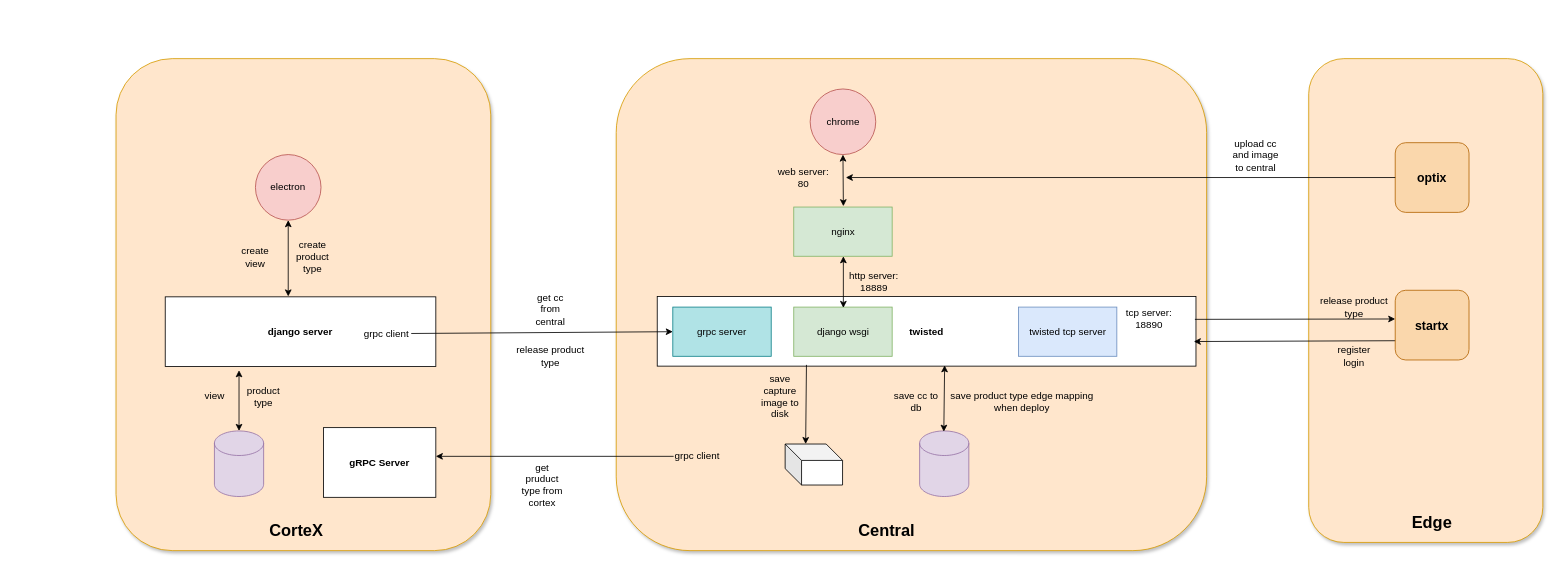
The draw.io diagram 未命名绘图.drawio in luoben137/roben, before the edit. Source tidied: cells renumbered, new cells numbered last; positions are measured from the earlier drawing's top-left corner, leaving out a move shared by most shapes. Both pictures are drawn from the tidied source at 82%, with x=0, y=0 at pixel (116, 58).
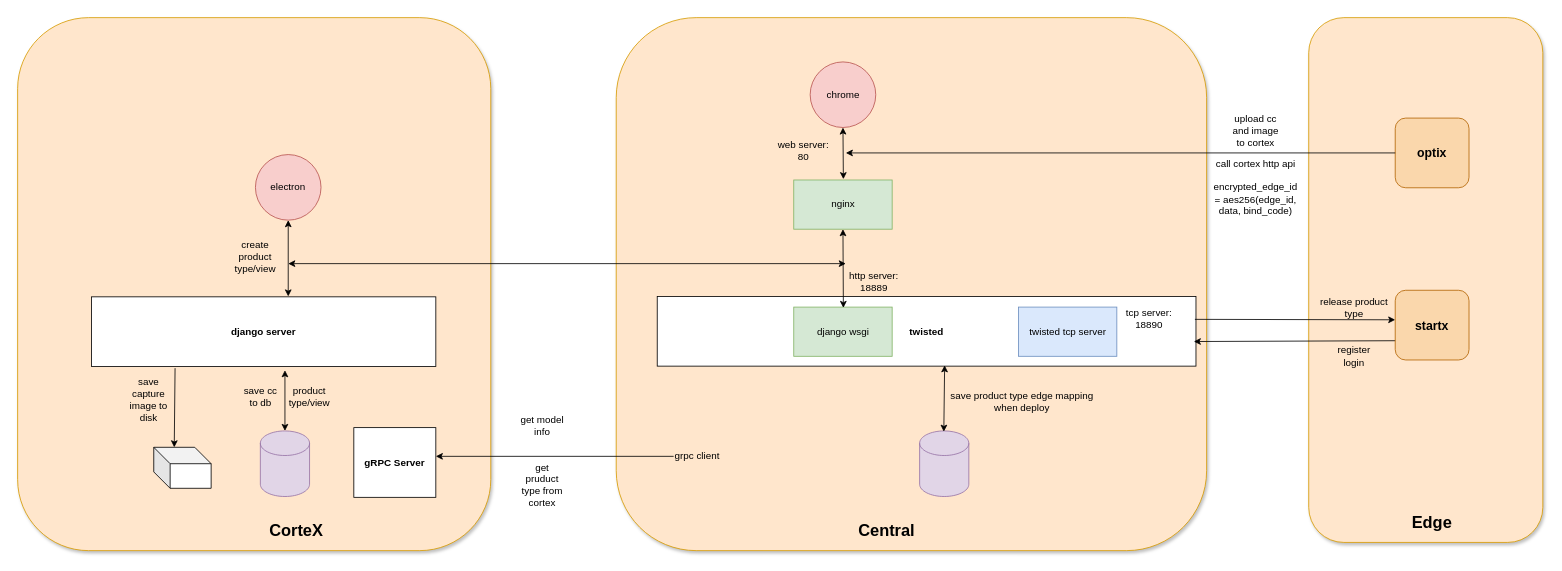
The same page after the edit.

Commit message:
更新未命名绘图.drawio

Unchanged cells that the change refers to:
```xml
<mxCell id="4" value="&lt;b&gt;twisted&lt;/b&gt;" style="rounded=0;whiteSpace=wrap;html=1;fontSize=12;fontStyle=0;fontColor=default;fontFamily=Helvetica;" parent="1" vertex="1">
  <mxGeometry x="660" y="290" width="657" height="85" as="geometry" />
</mxCell>
```

Diff of the diagram source:
```diff
@@
     <mxCell id="2" style="rounded=1;whiteSpace=wrap;html=1;fillColor=#ffe6cc;strokeColor=#d79b00;glass=0;shadow=1;" parent="1" vertex="1">
-      <mxGeometry x="1454.5" width="285.5" height="590" as="geometry" />
+      <mxGeometry x="1454.5" y="-50" width="285.5" height="640" as="geometry" />
     </mxCell>
     <mxCell id="3" style="rounded=1;whiteSpace=wrap;html=1;fillColor=#ffe6cc;strokeColor=#d79b00;shadow=1;" parent="1" vertex="1">
-      <mxGeometry x="610" width="720" height="600" as="geometry" />
+      <mxGeometry x="610" y="-50" width="720" height="650" as="geometry" />
     </mxCell>
@@
-    <mxCell id="7" value="upload cc and image to central" style="text;strokeColor=none;align=center;fillColor=none;html=1;verticalAlign=middle;whiteSpace=wrap;rounded=0;" parent="1" vertex="1">
-      <mxGeometry x="1360" y="102.5" width="60" height="30" as="geometry" />
+    <mxCell id="7" value="upload cc and image to cortex" style="text;strokeColor=none;align=center;fillColor=none;html=1;verticalAlign=middle;whiteSpace=wrap;rounded=0;" parent="1" vertex="1">
+      <mxGeometry x="1360" y="72.5" width="60" height="30" as="geometry" />
     </mxCell>
     <mxCell id="8" value="release product type" style="text;strokeColor=none;align=center;fillColor=none;html=1;verticalAlign=middle;whiteSpace=wrap;rounded=0;" parent="1" vertex="1">
-      <mxGeometry x="1460" y="287.5" width="100" height="30" as="geometry" />
+      <mxGeometry x="1460" y="288.5" width="100" height="30" as="geometry" />
     </mxCell>
@@
     <mxCell id="10" value="chrome" style="ellipse;whiteSpace=wrap;html=1;fillColor=#f8cecc;strokeColor=#b85450;" parent="1" vertex="1">
-      <mxGeometry x="846.5" y="37" width="80" height="80" as="geometry" />
+      <mxGeometry x="846.5" y="4" width="80" height="80" as="geometry" />
     </mxCell>
     <mxCell id="11" style="endArrow=classic;startArrow=classic;html=1;rounded=0;exitX=0.5;exitY=1;exitDx=0;exitDy=0;" parent="1" edge="1" source="10">
       <mxGeometry relative="1" as="geometry">
-        <mxPoint x="887" y="180" as="targetPoint" />
+        <mxPoint x="887" y="147" as="targetPoint" />
       </mxGeometry>
     </mxCell>
     <mxCell id="12" value="web server: 80" style="text;strokeColor=none;align=center;fillColor=none;html=1;verticalAlign=middle;whiteSpace=wrap;rounded=0;" parent="1" vertex="1">
-      <mxGeometry x="800" y="130" width="77" height="30" as="geometry" />
+      <mxGeometry x="800" y="97" width="77" height="30" as="geometry" />
     </mxCell>
@@
     <mxCell id="15" value="nginx" style="rounded=0;whiteSpace=wrap;html=1;fillColor=#d5e8d4;strokeColor=#82b366;" parent="1" vertex="1">
-      <mxGeometry x="826.5" y="181" width="120" height="60" as="geometry" />
+      <mxGeometry x="826.5" y="148" width="120" height="60" as="geometry" />
     </mxCell>
-    <mxCell id="16" style="endArrow=classic;startArrow=classic;html=1;rounded=0;exitX=0.5;exitY=1;exitDx=0;exitDy=0;" parent="1" edge="1">
+    <mxCell id="16" style="endArrow=classic;startArrow=classic;html=1;rounded=0;exitX=0.5;exitY=1;exitDx=0;exitDy=0;" parent="1" edge="1" source="15">
       <mxGeometry relative="1" as="geometry">
-        <mxPoint x="887" y="241" as="sourcePoint" />
         <mxPoint x="887" y="304" as="targetPoint" />
       </mxGeometry>
     </mxCell>
@@
     <mxCell id="18" style="rounded=1;whiteSpace=wrap;html=1;fillColor=#ffe6cc;strokeColor=#d79b00;shadow=1;" parent="1" vertex="1">
-      <mxGeometry width="457" height="600" as="geometry" />
+      <mxGeometry x="-120" y="-50" width="577" height="650" as="geometry" />
     </mxCell>
     <mxCell id="19" value="&lt;b&gt;gRPC Server&lt;/b&gt;" style="rounded=0;whiteSpace=wrap;html=1;fontSize=12;fontStyle=0;fontColor=default;fontFamily=Helvetica;" parent="1" vertex="1">
-      <mxGeometry x="253" y="450" width="137" height="85" as="geometry" />
+      <mxGeometry x="290" y="450" width="100" height="85" as="geometry" />
     </mxCell>
@@
     <mxCell id="21" style="shape=cylinder3;whiteSpace=wrap;html=1;boundedLbl=1;backgroundOutline=1;size=15;fillColor=#e1d5e7;strokeColor=#9673a6;" parent="1" vertex="1">
-      <mxGeometry x="120" y="454" width="60" height="80" as="geometry" />
+      <mxGeometry x="176" y="454" width="60" height="80" as="geometry" />
     </mxCell>
     <mxCell id="22" style="endArrow=classic;startArrow=classic;html=1;rounded=0;" parent="1" edge="1" source="21">
       <mxGeometry relative="1" as="geometry">
-        <mxPoint x="150" y="380" as="targetPoint" />
+        <mxPoint x="206" y="380" as="targetPoint" />
       </mxGeometry>
     </mxCell>
-    <mxCell id="23" value="create product type" style="text;strokeColor=none;align=center;fillColor=none;html=1;verticalAlign=middle;whiteSpace=wrap;rounded=0;" parent="1" vertex="1">
-      <mxGeometry x="210" y="227" width="60" height="30" as="geometry" />
-    </mxCell>
@@
     <mxCell id="26" value="&lt;b&gt;django server&lt;/b&gt;" style="rounded=0;whiteSpace=wrap;html=1;fontSize=12;fontStyle=0;fontColor=default;fontFamily=Helvetica;" parent="1" vertex="1">
-      <mxGeometry x="60" y="290.5" width="330" height="85" as="geometry" />
+      <mxGeometry x="-30" y="290.5" width="420" height="85" as="geometry" />
     </mxCell>
-    <mxCell id="27" value="product type" style="text;strokeColor=none;align=center;fillColor=none;html=1;verticalAlign=middle;whiteSpace=wrap;rounded=0;" parent="1" vertex="1">
-      <mxGeometry x="150" y="397" width="60" height="30" as="geometry" />
+    <mxCell id="27" value="product type/view" style="text;strokeColor=none;align=center;fillColor=none;html=1;verticalAlign=middle;whiteSpace=wrap;rounded=0;" parent="1" vertex="1">
+      <mxGeometry x="206" y="397" width="60" height="30" as="geometry" />
     </mxCell>
     <mxCell id="28" value="&lt;b&gt;&lt;font style=&quot;font-size: 15px;&quot;&gt;optix&lt;/font&gt;&lt;/b&gt;" style="rounded=1;whiteSpace=wrap;html=1;fontSize=12;fontStyle=0;fontFamily=Helvetica;fillColor=#fad7ac;strokeColor=#b46504;" parent="1" vertex="1">
-      <mxGeometry x="1560" y="102.5" width="90" height="85" as="geometry" />
+      <mxGeometry x="1560" y="72.5" width="90" height="85" as="geometry" />
     </mxCell>
@@
-    <mxCell id="30" value="get cc from central" style="text;strokeColor=none;align=center;fillColor=none;html=1;verticalAlign=middle;whiteSpace=wrap;rounded=0;" parent="1" vertex="1">
-      <mxGeometry x="500" y="290.5" width="60" height="30" as="geometry" />
-    </mxCell>
@@
-    <mxCell id="33" value="create view" style="text;strokeColor=none;align=center;fillColor=none;html=1;verticalAlign=middle;whiteSpace=wrap;rounded=0;" parent="1" vertex="1">
+    <mxCell id="33" value="create product type/view" style="text;strokeColor=none;align=center;fillColor=none;html=1;verticalAlign=middle;whiteSpace=wrap;rounded=0;" parent="1" vertex="1">
       <mxGeometry x="140" y="227" width="60" height="30" as="geometry" />
     </mxCell>
-    <mxCell id="34" value="view" style="text;strokeColor=none;align=center;fillColor=none;html=1;verticalAlign=middle;whiteSpace=wrap;rounded=0;" parent="1" vertex="1">
-      <mxGeometry x="93.5" y="397" width="53" height="30" as="geometry" />
+    <mxCell id="34" value="save cc to db" style="text;strokeColor=none;align=center;fillColor=none;html=1;verticalAlign=middle;whiteSpace=wrap;rounded=0;" parent="1" vertex="1">
+      <mxGeometry x="149.5" y="397" width="53" height="30" as="geometry" />
     </mxCell>
-    <mxCell id="35" style="endArrow=classic;html=1;rounded=0;exitX=1;exitY=0.5;exitDx=0;exitDy=0;entryX=0;entryY=0.5;entryDx=0;entryDy=0;" parent="1" edge="1">
-      <mxGeometry relative="1" as="geometry">
-        <mxPoint x="360" y="335.2" as="sourcePoint" />
-        <mxPoint x="679" y="333" as="targetPoint" />
-      </mxGeometry>
-    </mxCell>
@@
-    <mxCell id="39" value="grpc server" style="rounded=0;whiteSpace=wrap;html=1;fillColor=#b0e3e6;strokeColor=#0e8088;" parent="1" vertex="1">
-      <mxGeometry x="679" y="303" width="120" height="60" as="geometry" />
-    </mxCell>
-    <mxCell id="40" value="release product type" style="text;strokeColor=none;align=center;fillColor=none;html=1;verticalAlign=middle;whiteSpace=wrap;rounded=0;" parent="1" vertex="1">
-      <mxGeometry x="480" y="347.5" width="100" height="30" as="geometry" />
-    </mxCell>
@@
     <mxCell id="42" style="endArrow=classic;html=1;rounded=0;exitX=0;exitY=0.5;exitDx=0;exitDy=0;" parent="1" edge="1" source="28">
       <mxGeometry relative="1" as="geometry">
-        <mxPoint x="890" y="145" as="targetPoint" />
+        <mxPoint x="890" y="115" as="targetPoint" />
       </mxGeometry>
     </mxCell>
@@
-    <mxCell id="45" value="save cc to db" style="text;strokeColor=none;align=center;fillColor=none;html=1;verticalAlign=middle;whiteSpace=wrap;rounded=0;" parent="1" vertex="1">
-      <mxGeometry x="945.5" y="403" width="60" height="30" as="geometry" />
-    </mxCell>
@@
-    <mxCell id="47" value="grpc client" style="text;strokeColor=none;align=center;fillColor=none;html=1;verticalAlign=middle;whiteSpace=wrap;rounded=0;" parent="1" vertex="1">
-      <mxGeometry x="300" y="320.5" width="60" height="30" as="geometry" />
-    </mxCell>
     <mxCell id="48" style="shape=cube;whiteSpace=wrap;html=1;boundedLbl=1;backgroundOutline=1;darkOpacity=0.05;darkOpacity2=0.1;" parent="1" vertex="1">
-      <mxGeometry x="816" y="470" width="70" height="50" as="geometry" />
+      <mxGeometry x="46" y="474" width="70" height="50" as="geometry" />
     </mxCell>
-    <mxCell id="49" style="endArrow=classic;html=1;rounded=0;entryX=0;entryY=0;entryDx=25;entryDy=0;entryPerimeter=0;exitX=0.277;exitY=0.982;exitDx=0;exitDy=0;exitPerimeter=0;" parent="1" edge="1" source="4" target="48">
-      <mxGeometry relative="1" as="geometry" />
+    <mxCell id="49" style="endArrow=classic;html=1;rounded=0;entryX=0;entryY=0;entryDx=25;entryDy=0;entryPerimeter=0;exitX=0.277;exitY=0.982;exitDx=0;exitDy=0;exitPerimeter=0;" parent="1" edge="1" target="48">
+      <mxGeometry relative="1" as="geometry">
+        <mxPoint x="72" y="377.5" as="sourcePoint" />
+      </mxGeometry>
     </mxCell>
     <mxCell id="50" value="save capture image to disk" style="text;strokeColor=none;align=center;fillColor=none;html=1;verticalAlign=middle;whiteSpace=wrap;rounded=0;" parent="1" vertex="1">
-      <mxGeometry x="780" y="397" width="60" height="30" as="geometry" />
+      <mxGeometry x="10" y="401" width="60" height="30" as="geometry" />
     </mxCell>
+    <mxCell id="51" style="endArrow=classic;startArrow=classic;html=1;rounded=0;" parent="1" edge="1">
+      <mxGeometry relative="1" as="geometry">
+        <mxPoint x="210" y="250" as="sourcePoint" />
+        <mxPoint x="890" y="250" as="targetPoint" />
+      </mxGeometry>
+    </mxCell>
+    <mxCell id="52" value="call cortex http api&lt;div&gt;&lt;br&gt;&lt;/div&gt;&lt;div&gt;encrypted_edge_id = aes256(edge_id, data, bind_code)&lt;/div&gt;" style="text;strokeColor=none;align=center;fillColor=none;html=1;verticalAlign=middle;whiteSpace=wrap;rounded=0;" parent="1" vertex="1">
+      <mxGeometry x="1360" y="142" width="60" height="30" as="geometry" />
+    </mxCell>
+    <mxCell id="53" value="get model info" style="text;strokeColor=none;align=center;fillColor=none;html=1;verticalAlign=middle;whiteSpace=wrap;rounded=0;" parent="1" vertex="1">
+      <mxGeometry x="490" y="433" width="60" height="30" as="geometry" />
+    </mxCell>
```
